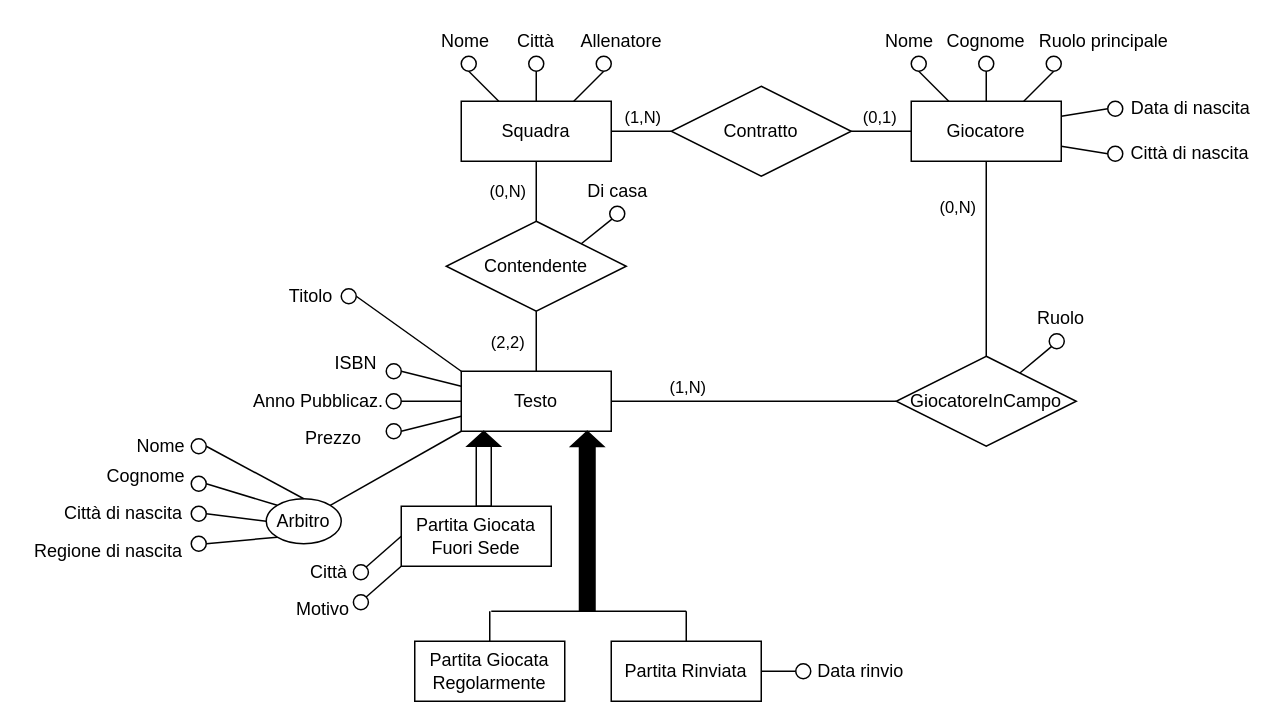
Before: page "Completo" (5 of 12) of Libreria.drawio in miguel76/corso-bdd, a draw.io diagram. Source tidied: cells renumbered, new cells numbered last; positions are measured from the earlier drawing's top-left corner, leaving out a move shared by most shapes. Both pictures are drawn from the tidied source at 150%, with x=0, y=0 at pixel (26, 26).
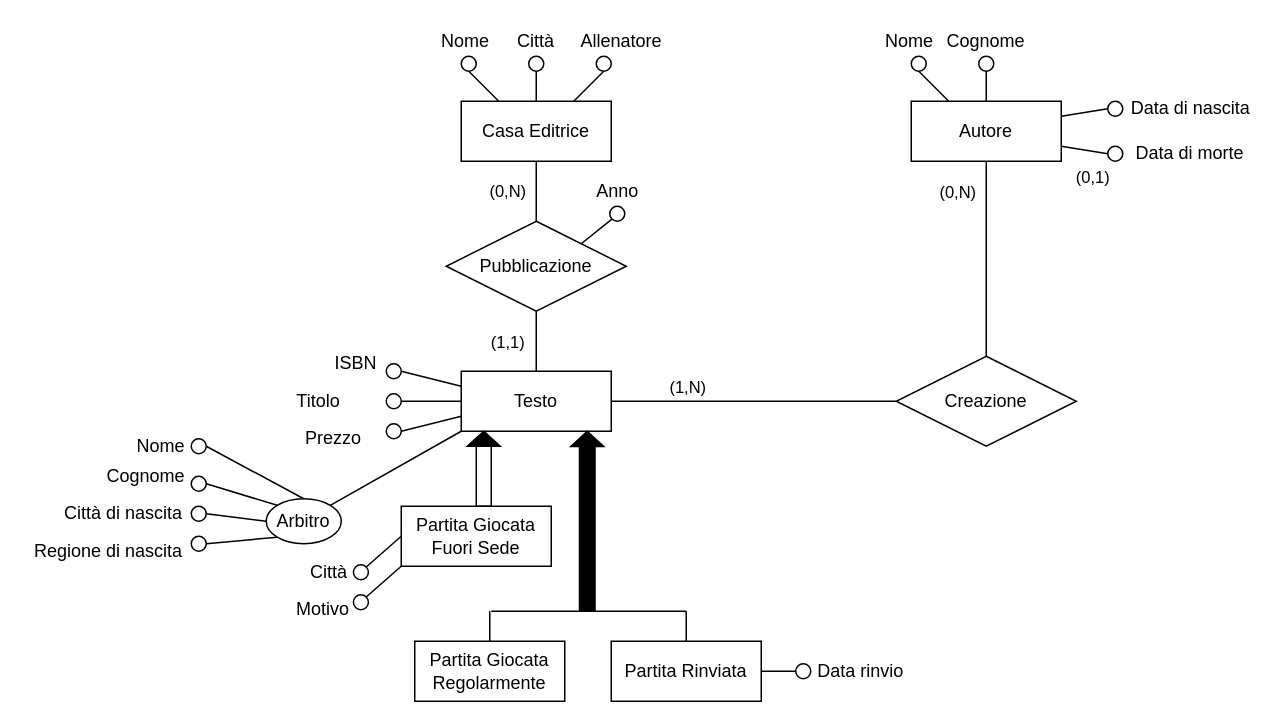
The same page after the edit.

Unchanged cells that the change refers to:
```xml
<mxCell id="3" value="Testo" style="whiteSpace=wrap;html=1;align=center;" parent="1" vertex="1">
  <mxGeometry x="290" y="230" width="100" height="40" as="geometry" />
</mxCell>
<mxCell id="10" style="endArrow=none;html=1;rounded=0;exitX=0.5;exitY=1;exitDx=0;exitDy=0;entryX=0.5;entryY=0;entryDx=0;entryDy=0;" parent="1" edge="1" source="5" target="3">
  <mxGeometry relative="1" as="geometry" />
</mxCell>
<mxCell id="16" style="endArrow=none;html=1;rounded=0;exitX=0.5;exitY=1;exitDx=0;exitDy=0;" parent="1" edge="1" source="4" target="7">
  <mxGeometry relative="1" as="geometry" />
</mxCell>
```

Diff of the diagram source:
```diff
@@
-    <mxCell id="2" value="Squadra" style="whiteSpace=wrap;html=1;align=center;" parent="1" vertex="1">
+    <mxCell id="2" value="Casa Editrice" style="whiteSpace=wrap;html=1;align=center;" parent="1" vertex="1">
       <mxGeometry x="290" y="50" width="100" height="40" as="geometry" />
     </mxCell>
@@
-    <mxCell id="4" value="Giocatore" style="whiteSpace=wrap;html=1;align=center;" parent="1" vertex="1">
+    <mxCell id="4" value="Autore" style="whiteSpace=wrap;html=1;align=center;" parent="1" vertex="1">
       <mxGeometry x="590" y="50" width="100" height="40" as="geometry" />
     </mxCell>
-    <mxCell id="5" value="Contendente" style="shape=rhombus;perimeter=rhombusPerimeter;whiteSpace=wrap;html=1;align=center;" parent="1" vertex="1">
+    <mxCell id="5" value="Pubblicazione" style="shape=rhombus;perimeter=rhombusPerimeter;whiteSpace=wrap;html=1;align=center;" parent="1" vertex="1">
       <mxGeometry x="280" y="130" width="120" height="60" as="geometry" />
     </mxCell>
-    <mxCell id="6" value="Contratto" style="shape=rhombus;perimeter=rhombusPerimeter;whiteSpace=wrap;html=1;align=center;" parent="1" vertex="1">
-      <mxGeometry x="430" y="40" width="120" height="60" as="geometry" />
-    </mxCell>
-    <mxCell id="7" value="GiocatoreInCampo" style="shape=rhombus;perimeter=rhombusPerimeter;whiteSpace=wrap;html=1;align=center;" parent="1" vertex="1">
+    <mxCell id="7" value="Creazione" style="shape=rhombus;perimeter=rhombusPerimeter;whiteSpace=wrap;html=1;align=center;" parent="1" vertex="1">
       <mxGeometry x="580" y="220" width="120" height="60" as="geometry" />
     </mxCell>
@@
-    <mxCell id="11" value="(2,2)" style="edgeLabel;html=1;align=center;verticalAlign=middle;" parent="10" vertex="1">
+    <mxCell id="11" value="(1,1)" style="edgeLabel;html=1;align=center;verticalAlign=middle;" parent="10" vertex="1">
       <mxGeometry x="0.5" y="-1" relative="1" as="geometry">
         <mxPoint x="-19" y="-10" as="offset" />
       </mxGeometry>
     </mxCell>
-    <mxCell id="12" style="endArrow=none;html=1;rounded=0;exitX=1;exitY=0.5;exitDx=0;exitDy=0;" parent="1" edge="1" source="2" target="6">
-      <mxGeometry relative="1" as="geometry" />
-    </mxCell>
-    <mxCell id="13" value="(1,N)" style="edgeLabel;html=1;align=center;verticalAlign=middle;" parent="12" vertex="1">
-      <mxGeometry x="0.45" y="-3" relative="1" as="geometry">
-        <mxPoint x="-9" y="-13" as="offset" />
-      </mxGeometry>
-    </mxCell>
-    <mxCell id="14" style="endArrow=none;html=1;rounded=0;exitX=1;exitY=0.5;exitDx=0;exitDy=0;entryX=0;entryY=0.5;entryDx=0;entryDy=0;" parent="1" edge="1" source="6" target="4">
-      <mxGeometry relative="1" as="geometry" />
-    </mxCell>
-    <mxCell id="15" value="(0,1)" style="edgeLabel;html=1;align=center;verticalAlign=middle;" parent="14" vertex="1">
-      <mxGeometry x="-0.1" y="-1" relative="1" as="geometry">
-        <mxPoint y="-11" as="offset" />
-      </mxGeometry>
-    </mxCell>
@@
     <mxCell id="17" value="(0,N)" style="edgeLabel;html=1;align=center;verticalAlign=middle;" parent="16" vertex="1">
       <mxGeometry x="-0.49" y="-1" relative="1" as="geometry">
-        <mxPoint x="-19" y="-3" as="offset" />
+        <mxPoint x="-19" y="-13" as="offset" />
       </mxGeometry>
     </mxCell>
+    <mxCell id="15" value="(0,1)" style="edgeLabel;html=1;align=center;verticalAlign=middle;" parent="16" vertex="1">
+      <mxGeometry x="-0.49" y="-1" relative="1" as="geometry">
+        <mxPoint x="71" y="-23" as="offset" />
+      </mxGeometry>
+    </mxCell>
@@
-    <mxCell id="35" style="endArrow=none;html=1;rounded=0;exitX=0.5;exitY=1;exitDx=0;exitDy=0;entryX=0.75;entryY=0;entryDx=0;entryDy=0;" parent="1" edge="1" source="36" target="4">
-      <mxGeometry relative="1" as="geometry" />
-    </mxCell>
-    <mxCell id="36" style="ellipse;whiteSpace=wrap;html=1;" parent="1" vertex="1">
-      <mxGeometry x="680" y="20" width="10" height="10" as="geometry" />
-    </mxCell>
-    <mxCell id="37" value="Ruolo principale" style="text;html=1;strokeColor=none;fillColor=none;align=center;verticalAlign=middle;whiteSpace=wrap;rounded=0;" parent="1" vertex="1">
-      <mxGeometry x="670" width="97" height="20" as="geometry" />
-    </mxCell>
@@
-    <mxCell id="43" value="Città di nascita" style="text;html=1;strokeColor=none;fillColor=none;align=center;verticalAlign=middle;whiteSpace=wrap;rounded=0;" parent="1" vertex="1">
+    <mxCell id="43" value="Data di morte" style="text;html=1;strokeColor=none;fillColor=none;align=center;verticalAlign=middle;whiteSpace=wrap;rounded=0;" parent="1" vertex="1">
       <mxGeometry x="731" y="75" width="90" height="20" as="geometry" />
     </mxCell>
-    <mxCell id="44" style="endArrow=none;html=1;rounded=0;exitX=1;exitY=0.5;exitDx=0;exitDy=0;entryX=0;entryY=0;entryDx=0;entryDy=0;" parent="1" edge="1" source="45" target="3">
-      <mxGeometry relative="1" as="geometry" />
-    </mxCell>
-    <mxCell id="45" style="ellipse;whiteSpace=wrap;html=1;" parent="1" vertex="1">
-      <mxGeometry x="210" y="175" width="10" height="10" as="geometry" />
-    </mxCell>
@@
-    <mxCell id="49" value="Anno Pubblicaz." style="text;html=1;strokeColor=none;fillColor=none;align=center;verticalAlign=middle;whiteSpace=wrap;rounded=0;" parent="1" vertex="1">
+    <mxCell id="49" value="Titolo" style="text;html=1;strokeColor=none;fillColor=none;align=center;verticalAlign=middle;whiteSpace=wrap;rounded=0;" parent="1" vertex="1">
       <mxGeometry x="150" y="240" width="90" height="20" as="geometry" />
     </mxCell>
@@
-    <mxCell id="56" value="Titolo" style="text;html=1;strokeColor=none;fillColor=none;align=center;verticalAlign=middle;whiteSpace=wrap;rounded=0;" parent="1" vertex="1">
-      <mxGeometry x="170" y="170" width="40" height="20" as="geometry" />
-    </mxCell>
@@
-    <mxCell id="88" style="endArrow=none;html=1;rounded=0;exitX=0;exitY=1;exitDx=0;exitDy=0;" parent="1" edge="1" source="89" target="7">
-      <mxGeometry relative="1" as="geometry" />
-    </mxCell>
-    <mxCell id="89" style="ellipse;whiteSpace=wrap;html=1;" parent="1" vertex="1">
-      <mxGeometry x="682" y="205" width="10" height="10" as="geometry" />
-    </mxCell>
-    <mxCell id="90" value="Ruolo" style="text;html=1;strokeColor=none;fillColor=none;align=center;verticalAlign=middle;whiteSpace=wrap;rounded=0;" parent="1" vertex="1">
-      <mxGeometry x="670" y="185" width="40" height="20" as="geometry" />
-    </mxCell>
@@
-    <mxCell id="93" value="Di casa" style="text;html=1;strokeColor=none;fillColor=none;align=center;verticalAlign=middle;whiteSpace=wrap;rounded=0;" parent="1" vertex="1">
+    <mxCell id="93" value="Anno" style="text;html=1;strokeColor=none;fillColor=none;align=center;verticalAlign=middle;whiteSpace=wrap;rounded=0;" parent="1" vertex="1">
       <mxGeometry x="367.5" y="100" width="53" height="20" as="geometry" />
     </mxCell>
```
